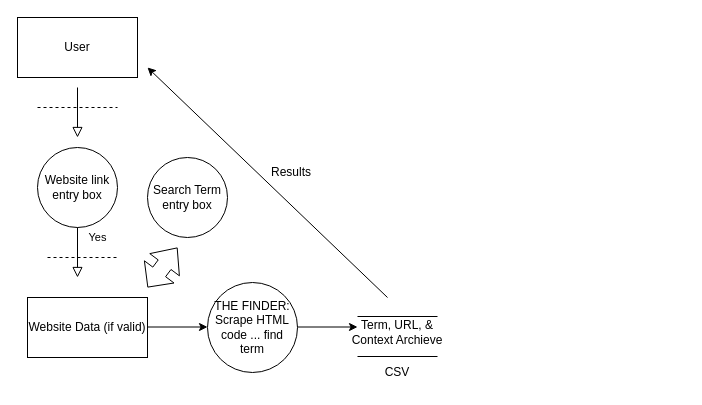
alexisbernt/CYBR-SoftwareEngineering keeps this draw.io diagram as Assignments/WebScraper/Untitled Diagram.drawio. Above is the earlier version. Source tidied: cells renumbered, new cells numbered last; positions are measured from the earlier drawing's top-left corner, leaving out a move shared by most shapes. Both pictures are drawn from the tidied source at 100%, with x=0, y=0 at pixel (17, 17).
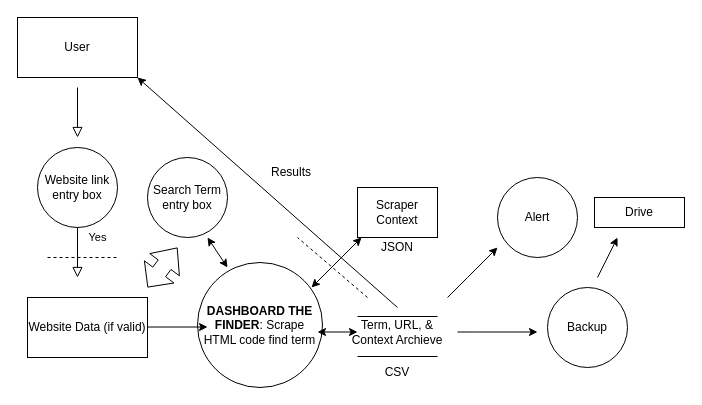
The same diagram, later.

Unchanged cells that the change refers to:
```xml
<mxCell id="4" value="User" style="rounded=0;whiteSpace=wrap;html=1;" parent="1" vertex="1">
  <mxGeometry width="120" height="60" as="geometry" />
</mxCell>
<mxCell id="12" value="Term, URL, &amp;amp; Context Archieve" style="text;html=1;strokeColor=none;fillColor=none;align=center;verticalAlign=middle;whiteSpace=wrap;rounded=0;" parent="1" vertex="1">
  <mxGeometry x="330" y="300" width="100" height="30" as="geometry" />
</mxCell>
<mxCell id="13" value="Search Term entry box" style="ellipse;whiteSpace=wrap;html=1;" parent="1" vertex="1">
  <mxGeometry x="130" y="140" width="80" height="80" as="geometry" />
</mxCell>
```

Change to the diagram source:
```diff
@@
-    <mxCell id="6" style="endArrow=none;dashed=1;html=1;rounded=0;" parent="1" edge="1">
-      <mxGeometry relative="1" as="geometry">
-        <mxPoint x="20" y="90" as="sourcePoint" />
-        <mxPoint x="100" y="90" as="targetPoint" />
-      </mxGeometry>
-    </mxCell>
@@
-    <mxCell id="9" value="THE FINDER: Scrape HTML code ... find term" style="ellipse;whiteSpace=wrap;html=1;" parent="1" vertex="1">
-      <mxGeometry x="190" y="265" width="90" height="90" as="geometry" />
+    <mxCell id="9" value="&lt;b&gt;DASHBOARD THE FINDER&lt;/b&gt;: Scrape HTML code find term" style="ellipse;whiteSpace=wrap;html=1;" parent="1" vertex="1">
+      <mxGeometry x="180" y="245" width="125" height="125" as="geometry" />
     </mxCell>
@@
-    <mxCell id="16" style="endArrow=classic;html=1;rounded=0;" parent="1" edge="1">
-      <mxGeometry relative="1" as="geometry">
-        <mxPoint x="280" y="309.5" as="sourcePoint" />
-        <mxPoint x="340" y="309.5" as="targetPoint" />
-      </mxGeometry>
-    </mxCell>
@@
-    <mxCell id="18" style="endArrow=classic;html=1;rounded=0;" parent="1" edge="1">
-      <mxGeometry relative="1" as="geometry">
-        <mxPoint x="370" y="280" as="sourcePoint" />
-        <mxPoint x="130" y="50" as="targetPoint" />
-      </mxGeometry>
+    <mxCell id="18" style="endArrow=classic;html=1;rounded=0;exitX=0.5;exitY=-0.333;exitDx=0;exitDy=0;exitPerimeter=0;entryX=1;entryY=1;entryDx=0;entryDy=0;" parent="1" edge="1" source="12" target="4">
+      <mxGeometry relative="1" as="geometry" />
     </mxCell>
@@
+    <mxCell id="20" style="endArrow=classic;html=1;rounded=0;" parent="1" edge="1">
+      <mxGeometry relative="1" as="geometry">
+        <mxPoint x="430" y="280" as="sourcePoint" />
+        <mxPoint x="480" y="230" as="targetPoint" />
+        <Array as="points">
+          <mxPoint x="450" y="260" />
+        </Array>
+      </mxGeometry>
+    </mxCell>
+    <mxCell id="21" value="Alert" style="ellipse;whiteSpace=wrap;html=1;" parent="1" vertex="1">
+      <mxGeometry x="480" y="160" width="80" height="80" as="geometry" />
+    </mxCell>
+    <mxCell id="22" style="endArrow=classic;html=1;rounded=0;" parent="1" edge="1">
+      <mxGeometry relative="1" as="geometry">
+        <mxPoint x="440" y="314.5" as="sourcePoint" />
+        <mxPoint x="520" y="314.5" as="targetPoint" />
+        <Array as="points">
+          <mxPoint x="460" y="314.5" />
+        </Array>
+      </mxGeometry>
+    </mxCell>
+    <mxCell id="23" value="Backup" style="ellipse;whiteSpace=wrap;html=1;" parent="1" vertex="1">
+      <mxGeometry x="530" y="270" width="80" height="80" as="geometry" />
+    </mxCell>
+    <mxCell id="24" style="endArrow=classic;html=1;rounded=0;" parent="1" edge="1">
+      <mxGeometry relative="1" as="geometry">
+        <mxPoint x="580" y="260" as="sourcePoint" />
+        <mxPoint x="600" y="220" as="targetPoint" />
+      </mxGeometry>
+    </mxCell>
+    <mxCell id="25" value="Drive" style="rounded=0;whiteSpace=wrap;html=1;" parent="1" vertex="1">
+      <mxGeometry x="577" y="180" width="90" height="30" as="geometry" />
+    </mxCell>
+    <mxCell id="26" style="endArrow=classic;startArrow=classic;html=1;rounded=0;" parent="1" edge="1">
+      <mxGeometry relative="1" as="geometry">
+        <mxPoint x="300" y="314.5" as="sourcePoint" />
+        <mxPoint x="340" y="314.5" as="targetPoint" />
+      </mxGeometry>
+    </mxCell>
+    <mxCell id="27" style="endArrow=classic;startArrow=classic;html=1;rounded=0;entryX=0.75;entryY=1;entryDx=0;entryDy=0;entryPerimeter=0;" parent="1" edge="1" target="13">
+      <mxGeometry relative="1" as="geometry">
+        <mxPoint x="210" y="250" as="sourcePoint" />
+      </mxGeometry>
+    </mxCell>
+    <mxCell id="28" value="Scraper Context" style="rounded=0;whiteSpace=wrap;html=1;" parent="1" vertex="1">
+      <mxGeometry x="340" y="170" width="80" height="50" as="geometry" />
+    </mxCell>
+    <mxCell id="29" style="endArrow=classic;startArrow=classic;html=1;rounded=0;" parent="1" edge="1">
+      <mxGeometry relative="1" as="geometry">
+        <mxPoint x="294" y="270" as="sourcePoint" />
+        <mxPoint x="344" y="220" as="targetPoint" />
+      </mxGeometry>
+    </mxCell>
+    <mxCell id="30" style="endArrow=none;dashed=1;html=1;rounded=0;" parent="1" edge="1">
+      <mxGeometry relative="1" as="geometry">
+        <mxPoint x="350" y="280" as="sourcePoint" />
+        <mxPoint x="280" y="220" as="targetPoint" />
+      </mxGeometry>
+    </mxCell>
+    <mxCell id="31" value="JSON" style="text;html=1;strokeColor=none;fillColor=none;align=center;verticalAlign=middle;whiteSpace=wrap;rounded=0;" parent="1" vertex="1">
+      <mxGeometry x="350" y="215" width="60" height="30" as="geometry" />
+    </mxCell>
```
